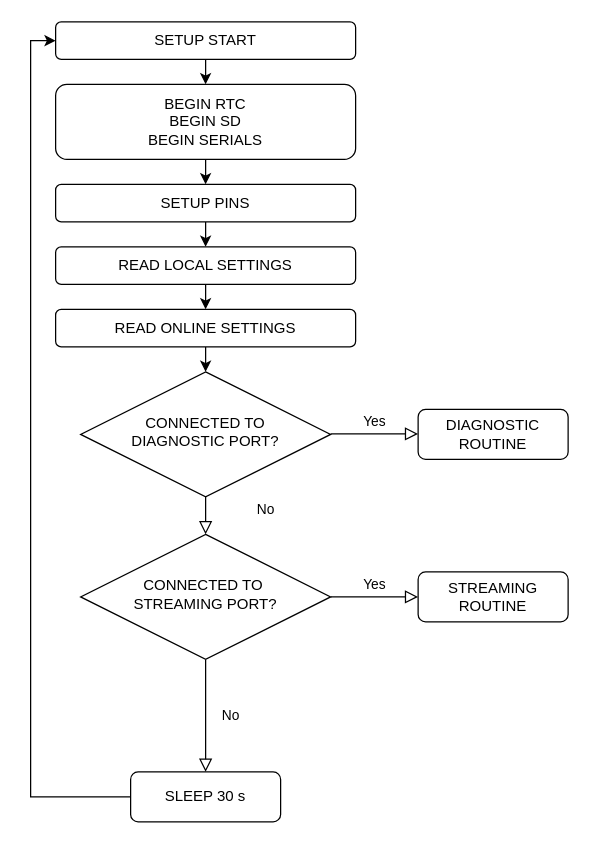
The draw.io diagram Untitled Diagram.drawio in alex1993boss/coding, before the edit. Source tidied: cells renumbered, new cells numbered last; positions are measured from the earlier drawing's top-left corner, leaving out a move shared by most shapes. Both pictures are drawn from the tidied source at 125%, with x=0, y=0 at pixel (30, 21).
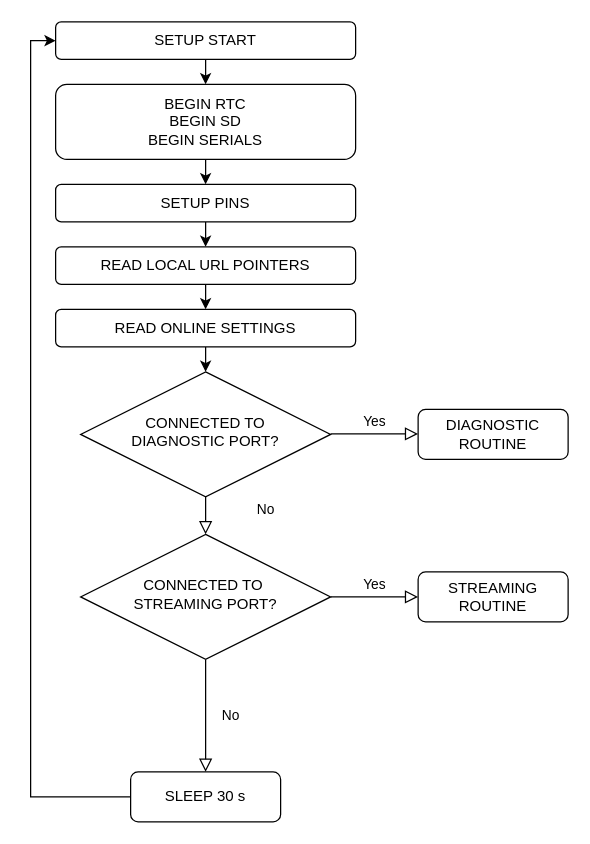
After the change.

Diff of the diagram source:
```diff
@@
-    <mxCell id="13" value="READ LOCAL SETTINGS" style="rounded=1;whiteSpace=wrap;html=1;" parent="1" vertex="1">
+    <mxCell id="13" value="READ LOCAL URL POINTERS" style="rounded=1;whiteSpace=wrap;html=1;" parent="1" vertex="1">
       <mxGeometry x="20" y="180" width="240" height="30" as="geometry" />
     </mxCell>
```
